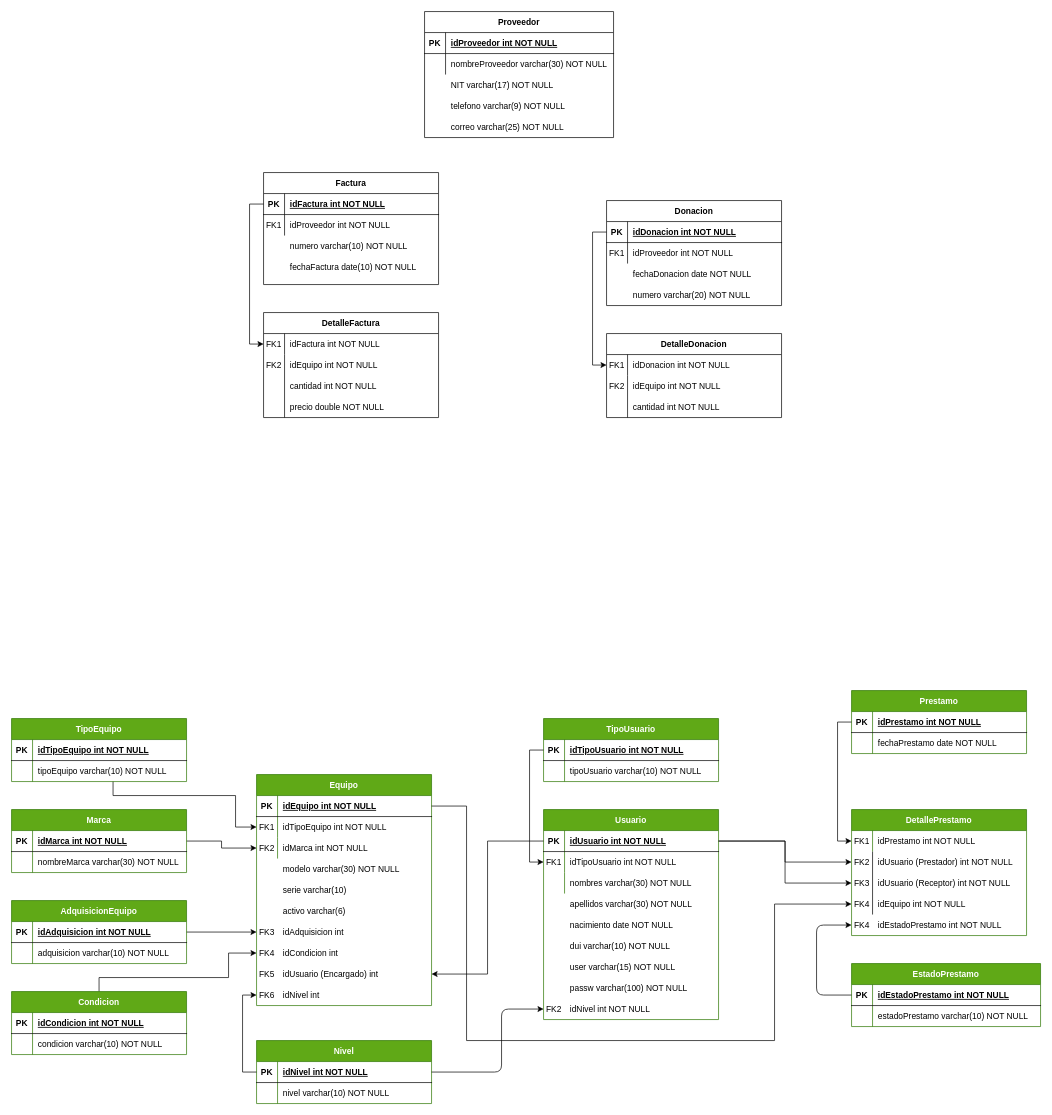
Above: ControldeEquipos.drawio in samuelmtz5/ControlDeEquipos (draw.io), before the change. Source tidied: cells renumbered, new cells numbered last; positions are measured from the earlier drawing's top-left corner, leaving out a move shared by most shapes. Both pictures are drawn from the tidied source at 70%, with x=0, y=0 at pixel (11, 11).
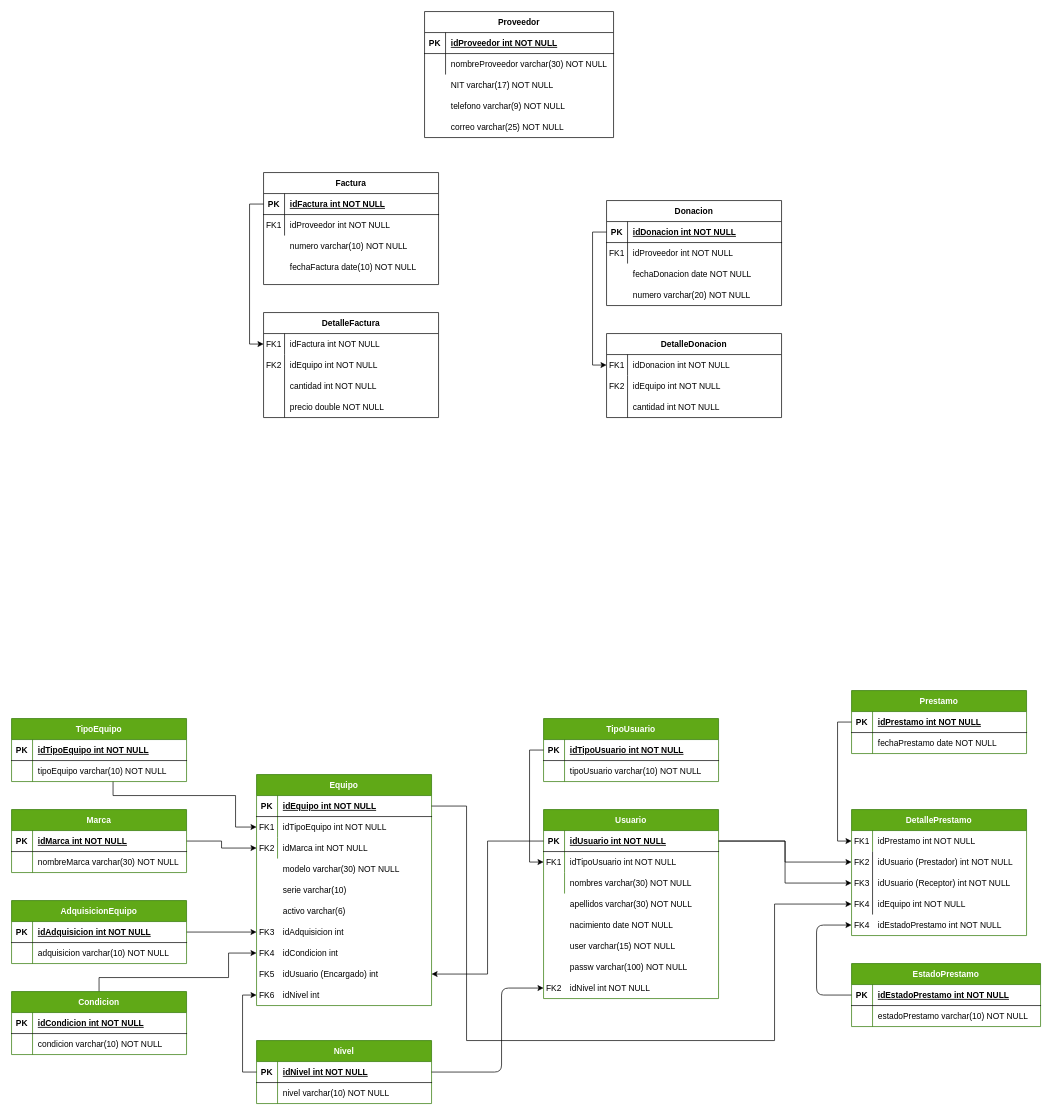
Above is the later version.

The change refers to these unchanged cells:
```xml
<mxCell id="28" style="shape=partialRectangle;fillColor=none;points=[[0,0.5],[1,0.5]];portConstraint=eastwest;top=0;left=0;right=0;bottom=1;" parent="27" vertex="1">
  <mxGeometry y="30" width="250" height="30" as="geometry" />
</mxCell>
```

Change to the diagram source:
```diff
@@
     <mxCell id="9" value="Usuario" style="shape=table;startSize=30;childLayout=tableLayout;rowLines=0;fontStyle=1;align=center;fillColor=#60a917;fontColor=#ffffff;strokeColor=#2D7600;" parent="1" vertex="1">
-      <mxGeometry x="760" y="1140" width="250" height="300" as="geometry" />
+      <mxGeometry x="760" y="1140" width="250" height="270" as="geometry" />
     </mxCell>
@@
-    <mxCell id="71" style="shape=partialRectangle;fillColor=none;top=0;left=0;right=0;bottom=0;" parent="1" vertex="1">
-      <mxGeometry x="760" y="1320" width="250" height="30" as="geometry" />
-    </mxCell>
-    <mxCell id="72" style="shape=partialRectangle;overflow=hidden;fillColor=none;top=0;left=0;bottom=0;right=0;" parent="71" vertex="1">
-      <mxGeometry width="30" height="30" as="geometry" />
-    </mxCell>
-    <mxCell id="73" value="dui varchar(10) NOT NULL" style="shape=partialRectangle;overflow=hidden;fillColor=none;top=0;left=0;bottom=0;right=0;align=left;spacingLeft=6;" parent="71" vertex="1">
-      <mxGeometry x="30" width="220" height="30" as="geometry" />
-    </mxCell>
     <mxCell id="74" style="shape=partialRectangle;fillColor=none;top=0;left=0;right=0;bottom=0;" parent="1" vertex="1">
-      <mxGeometry x="760" y="1350" width="250" height="30" as="geometry" />
+      <mxGeometry x="760" y="1320" width="250" height="30" as="geometry" />
     </mxCell>
@@
     <mxCell id="77" value="passw varchar(100) NOT NULL" style="shape=partialRectangle;overflow=hidden;fillColor=none;top=0;left=0;bottom=0;right=0;align=left;spacingLeft=6;" parent="1" vertex="1">
-      <mxGeometry x="790" y="1380" width="220" height="30" as="geometry" />
+      <mxGeometry x="790" y="1350" width="220" height="30" as="geometry" />
     </mxCell>
@@
     <mxCell id="201" style="shape=partialRectangle;fillColor=none;points=[[0,0.5],[1,0.5]];portConstraint=eastwest;top=0;left=0;right=0;bottom=0;" parent="1" vertex="1">
-      <mxGeometry x="760" y="1410" width="250" height="30" as="geometry" />
+      <mxGeometry x="760" y="1380" width="250" height="30" as="geometry" />
     </mxCell>
@@
     <mxCell id="204" style="edgeStyle=none;html=1;entryX=0;entryY=0.5;entryDx=0;entryDy=0;exitX=1;exitY=0.5;exitDx=0;exitDy=0;" parent="1" edge="1" source="28" target="201">
       <mxGeometry relative="1" as="geometry">
         <Array as="points">
           <mxPoint x="700" y="1515" />
-          <mxPoint x="700" y="1425" />
+          <mxPoint x="700" y="1395" />
         </Array>
       </mxGeometry>
     </mxCell>
```
